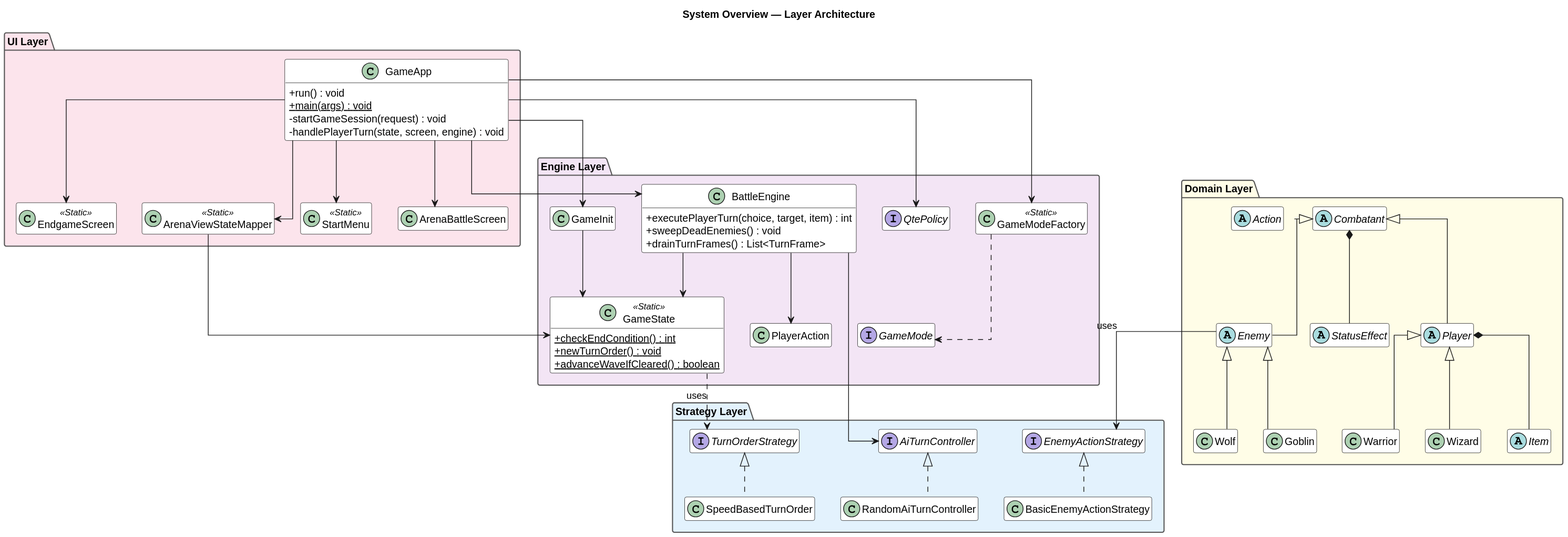
Earlier version of the PlantUML export newdiag/uml_overview.svg (YongzhangLiu/sc2002-combat-arena).
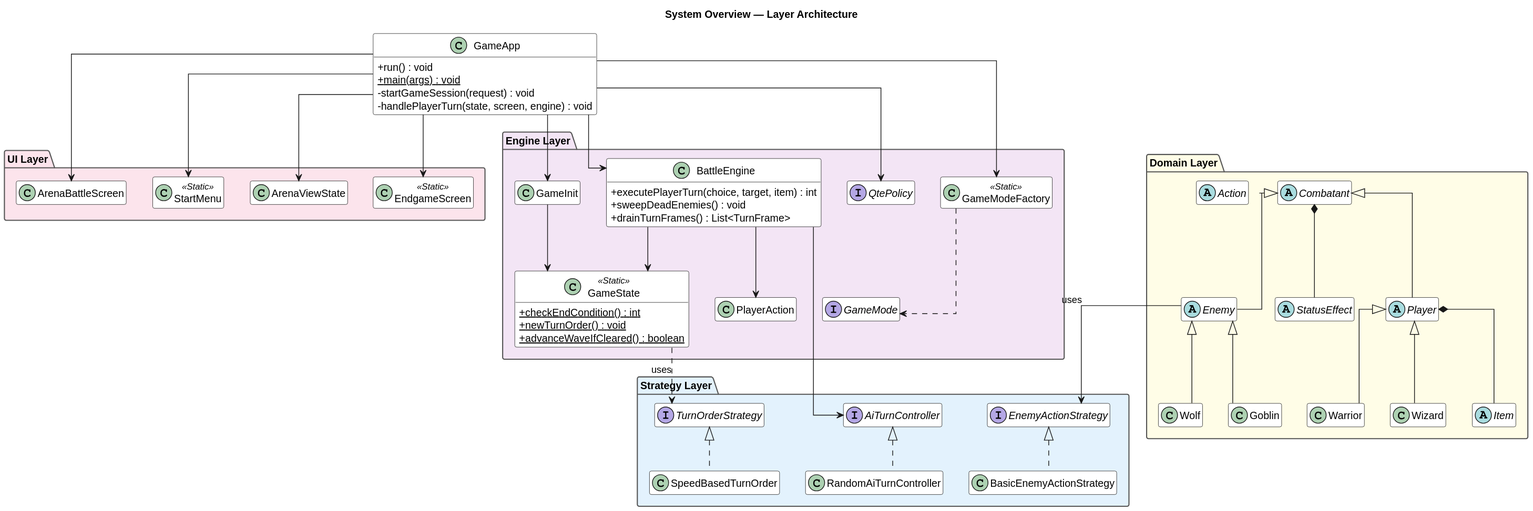
The same diagram one commit later.

Change to the diagram source:
```diff
@@ -13,17 +13,18 @@
 
 hide empty members
 
+class GameApp {
+    + run() : void
+    + {static} main(args) : void
+    - startGameSession(request) : void
+    - handlePlayerTurn(state, screen, engine) : void
+}
+
 package "UI Layer" #FCE4EC {
-    class GameApp {
-        + run() : void
-        + {static} main(args) : void
-        - startGameSession(request) : void
-        - handlePlayerTurn(state, screen, engine) : void
-    }
     class StartMenu <<Static>>
     class ArenaBattleScreen
     class EndgameScreen <<Static>>
-    class ArenaViewStateMapper <<Static>>
+    class ArenaViewState
 }
 
 package "Engine Layer" #F3E5F5 {
@@ -69,7 +70,7 @@
 GameApp          -->  StartMenu
 GameApp          -->  BattleEngine
 GameApp          -->  GameInit
-GameApp          -->  ArenaViewStateMapper
+GameApp          -->  ArenaViewState
 GameApp          -->  ArenaBattleScreen
 GameApp          -->  EndgameScreen
 GameApp          -->  GameModeFactory
@@ -80,8 +81,6 @@
 BattleEngine     -->  AiTurnController
 GameModeFactory  ..>  GameMode
 GameInit         -->  GameState
-
-ArenaViewStateMapper --> GameState
 
 TurnOrderStrategy    <|..  SpeedBasedTurnOrder
 EnemyActionStrategy  <|..  BasicEnemyActionStrategy
```
